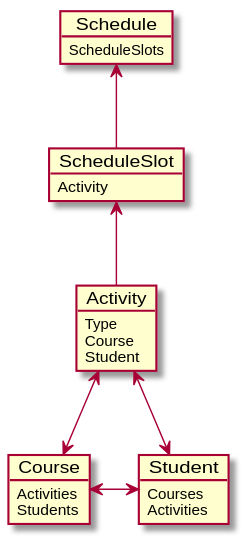
Earlier version of the PlantUML export FirstDiagram.svg (11907223/Lesroosters).
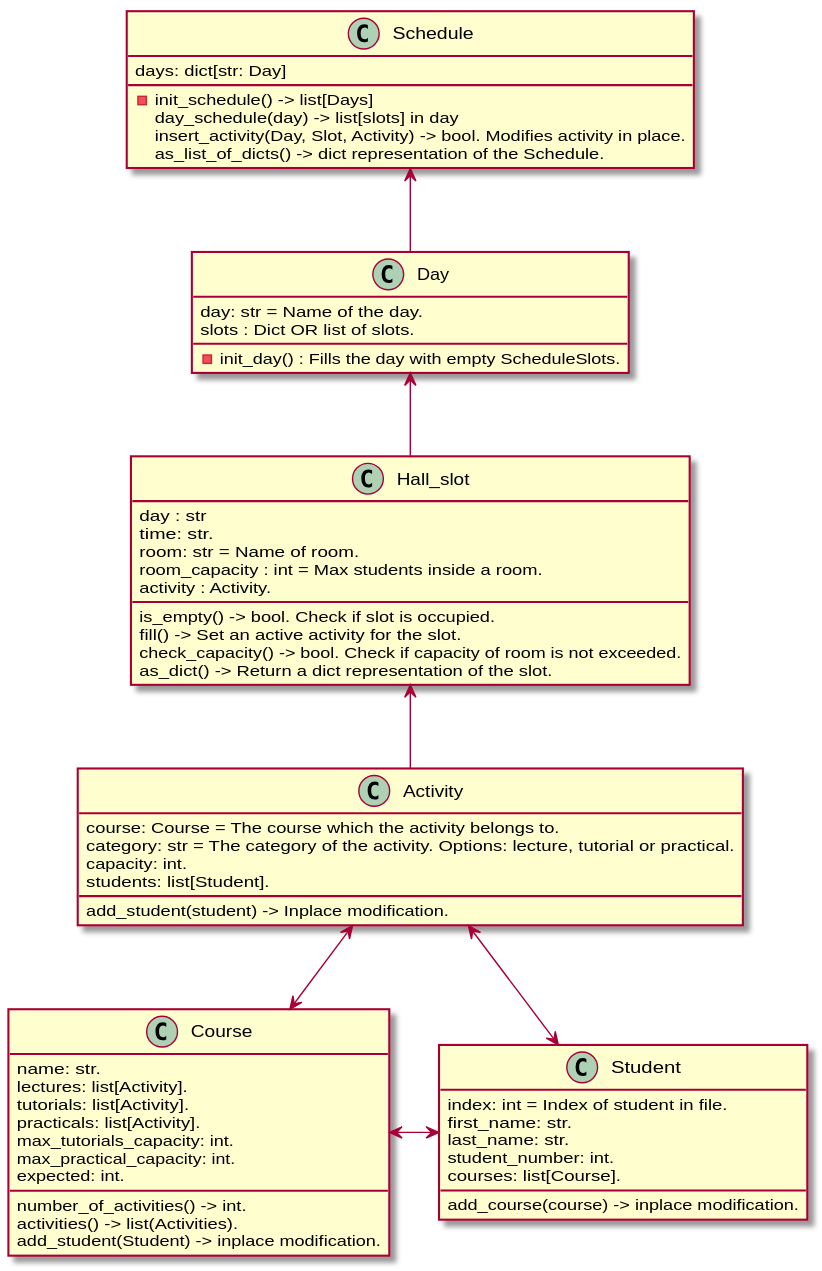
Above is the later version.

Commit message:
add day to schedule objects

Diff of the diagram source:
```diff
@@ -1,26 +1,64 @@
 @startuml FirstDiagram
 
-object Schedule
-Schedule : ScheduleSlots
+class Schedule{
+    days: dict[str: Day]
+    -init_schedule() -> list[Days]
+    day_schedule(day) -> list[slots] in day
+    insert_activity(Day, Slot, Activity) -> bool. Modifies activity in place.
+    as_list_of_dicts() -> dict representation of the Schedule.
+}
 
-object ScheduleSlot
-ScheduleSlot : Activity
+class Day{
+    day: str = Name of the day.
+    slots : Dict OR list of slots.
+    -init_day() : Fills the day with empty ScheduleSlots.
+}
 
-object Activity
-Activity : Type
-Activity : Course
-Activity : Student
+class Hall_slot{
+    day : str
+    time: str.
+    room: str = Name of room.
+    room_capacity : int = Max students inside a room.
+    activity : Activity.
+    is_empty() -> bool. Check if slot is occupied.
+    fill() -> Set an active activity for the slot.
+    check_capacity() -> bool. Check if capacity of room is not exceeded.
+    as_dict() -> Return a dict representation of the slot.
+}
 
-object Course
-Course : Activities
-Course : Students
+class Activity{
+    add_student(student) -> Inplace modification.
+    course: Course = The course which the activity belongs to.
+    category: str = The category of the activity. Options: lecture, tutorial or practical.
+    capacity: int.
+    students: list[Student].
+}
 
-object Student
-Student : Courses
-Student : Activities
+class Course{
+    number_of_activities() -> int.
+    activities() -> list(Activities).
+    add_student(Student) -> inplace modification.
+    name: str.
+    lectures: list[Activity].
+    tutorials: list[Activity].
+    practicals: list[Activity].
+    max_tutorials_capacity: int.
+    max_practical_capacity: int.
+    expected: int.
+}
 
-ScheduleSlot -up-> Schedule
-Activity -up-> ScheduleSlot
+class Student{
+    add_course(course) -> inplace modification.
+    index: int = Index of student in file.
+    first_name: str.
+    last_name: str.
+    student_number: int.
+    courses: list[Course].
+}
+
+Day -up-> Schedule
+Hall_slot -up-> Day
+Activity -up-> Hall_slot
 Activity <-down-> Course
 Activity <-down-> Student
 Course <-right-> Student
```
